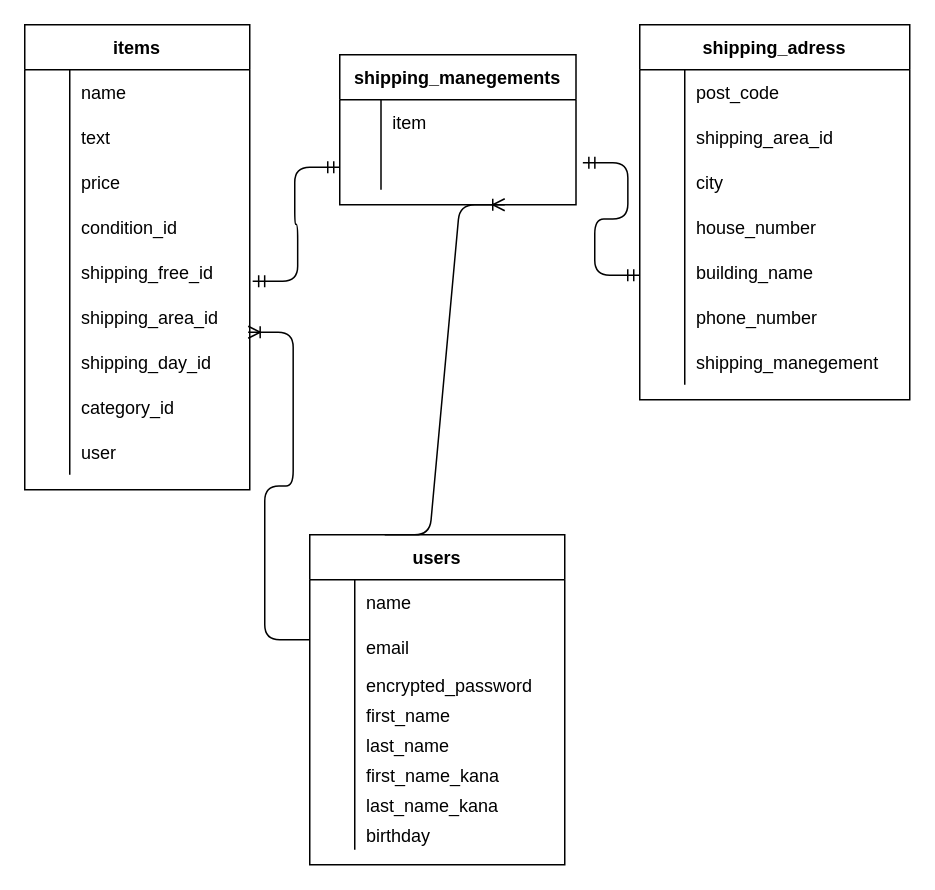
This is test.dio from protein0917/furima-53054, a draw.io file, before an edit. Source tidied: cells renumbered, new cells numbered last; positions are measured from the earlier drawing's top-left corner, leaving out a move shared by most shapes. Both pictures are drawn from the tidied source at 150%, with x=0, y=0 at pixel (24, 24).
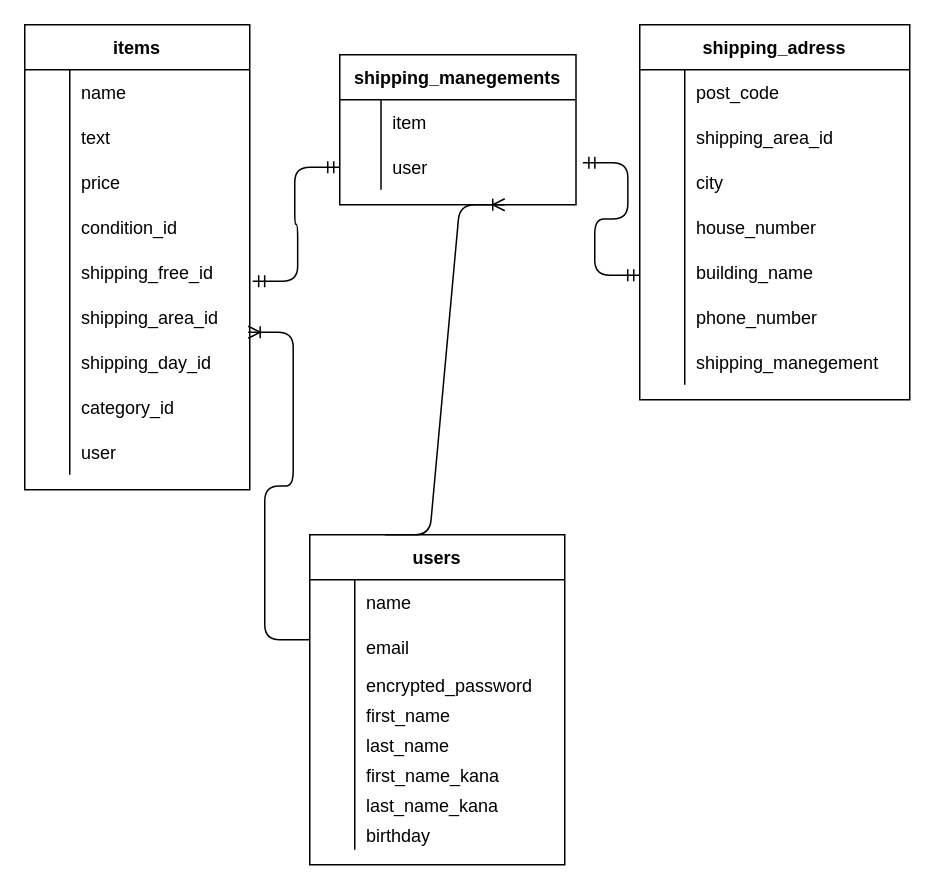
Above is the later version.

The change refers to these unchanged cells:
```xml
<mxCell id="82" style="shape=partialRectangle;fillColor=none;top=0;left=0;bottom=0;right=0;points=[[0,0.5],[1,0.5]];portConstraint=eastwest;" parent="78" vertex="1">
  <mxGeometry y="60" width="157.5" height="30" as="geometry" />
</mxCell>
```

Diff of the diagram source:
```diff
@@
-    <mxCell id="84" style="shape=partialRectangle;fillColor=none;top=0;left=0;bottom=0;right=0;align=left;spacingLeft=6;overflow=hidden;" parent="82" vertex="1">
+    <mxCell id="84" value="user" style="shape=partialRectangle;fillColor=none;top=0;left=0;bottom=0;right=0;align=left;spacingLeft=6;overflow=hidden;" parent="82" vertex="1">
       <mxGeometry x="27.5" width="130" height="30" as="geometry" />
     </mxCell>
```
